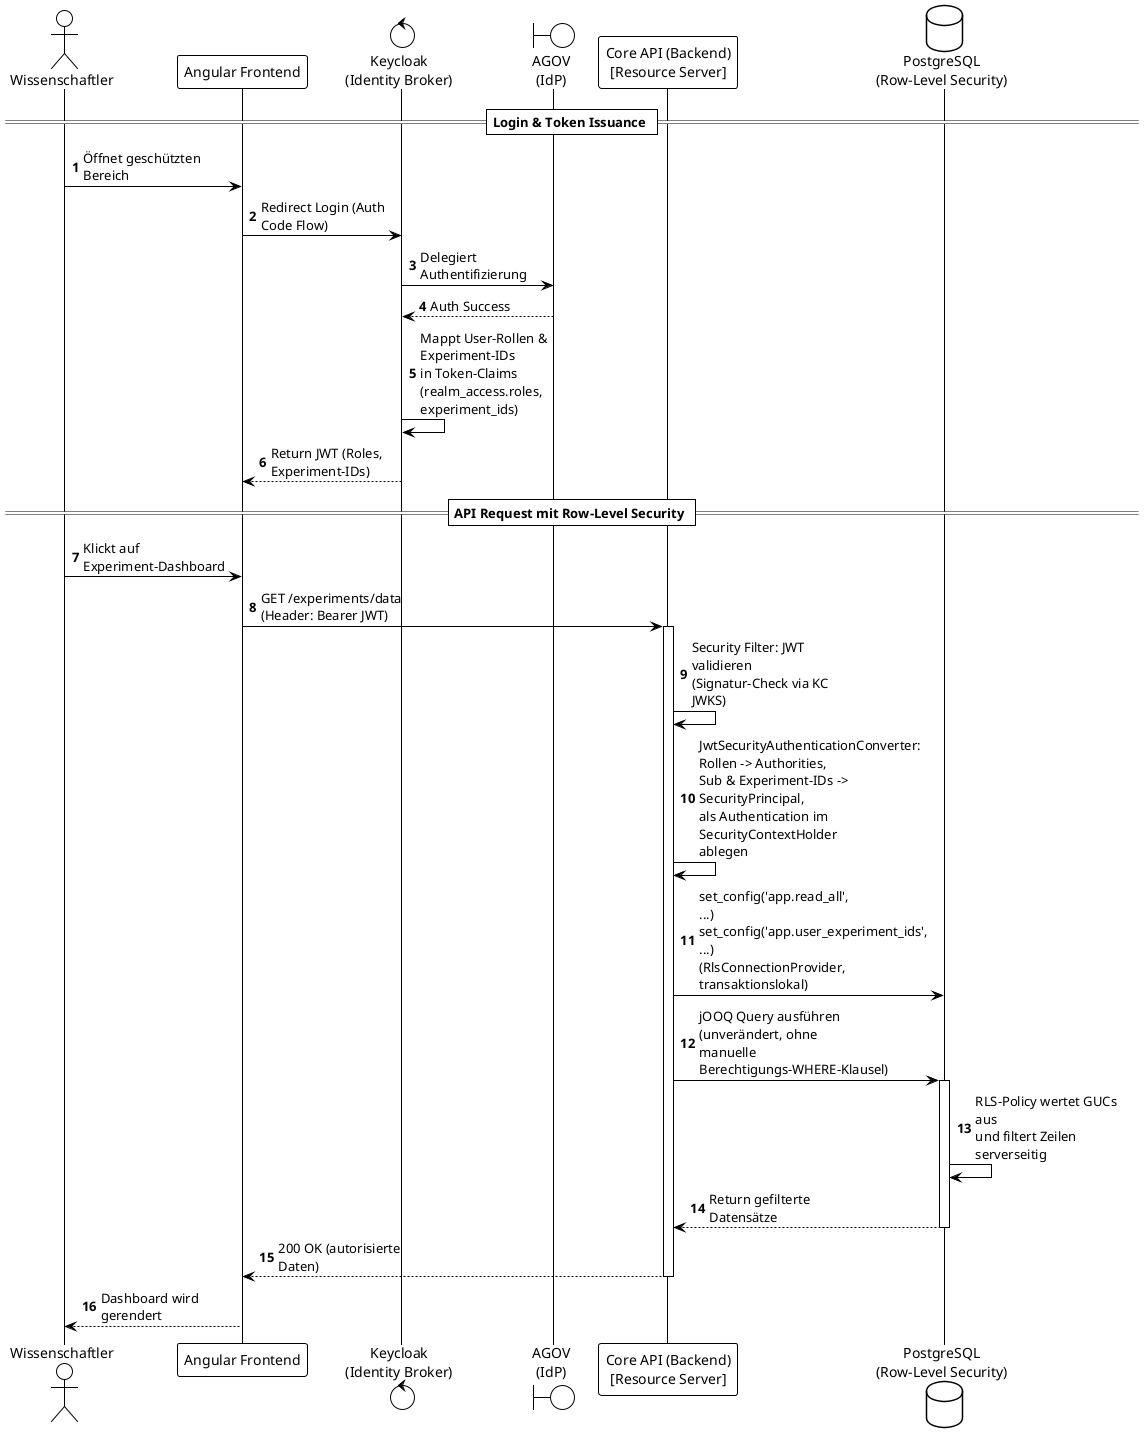
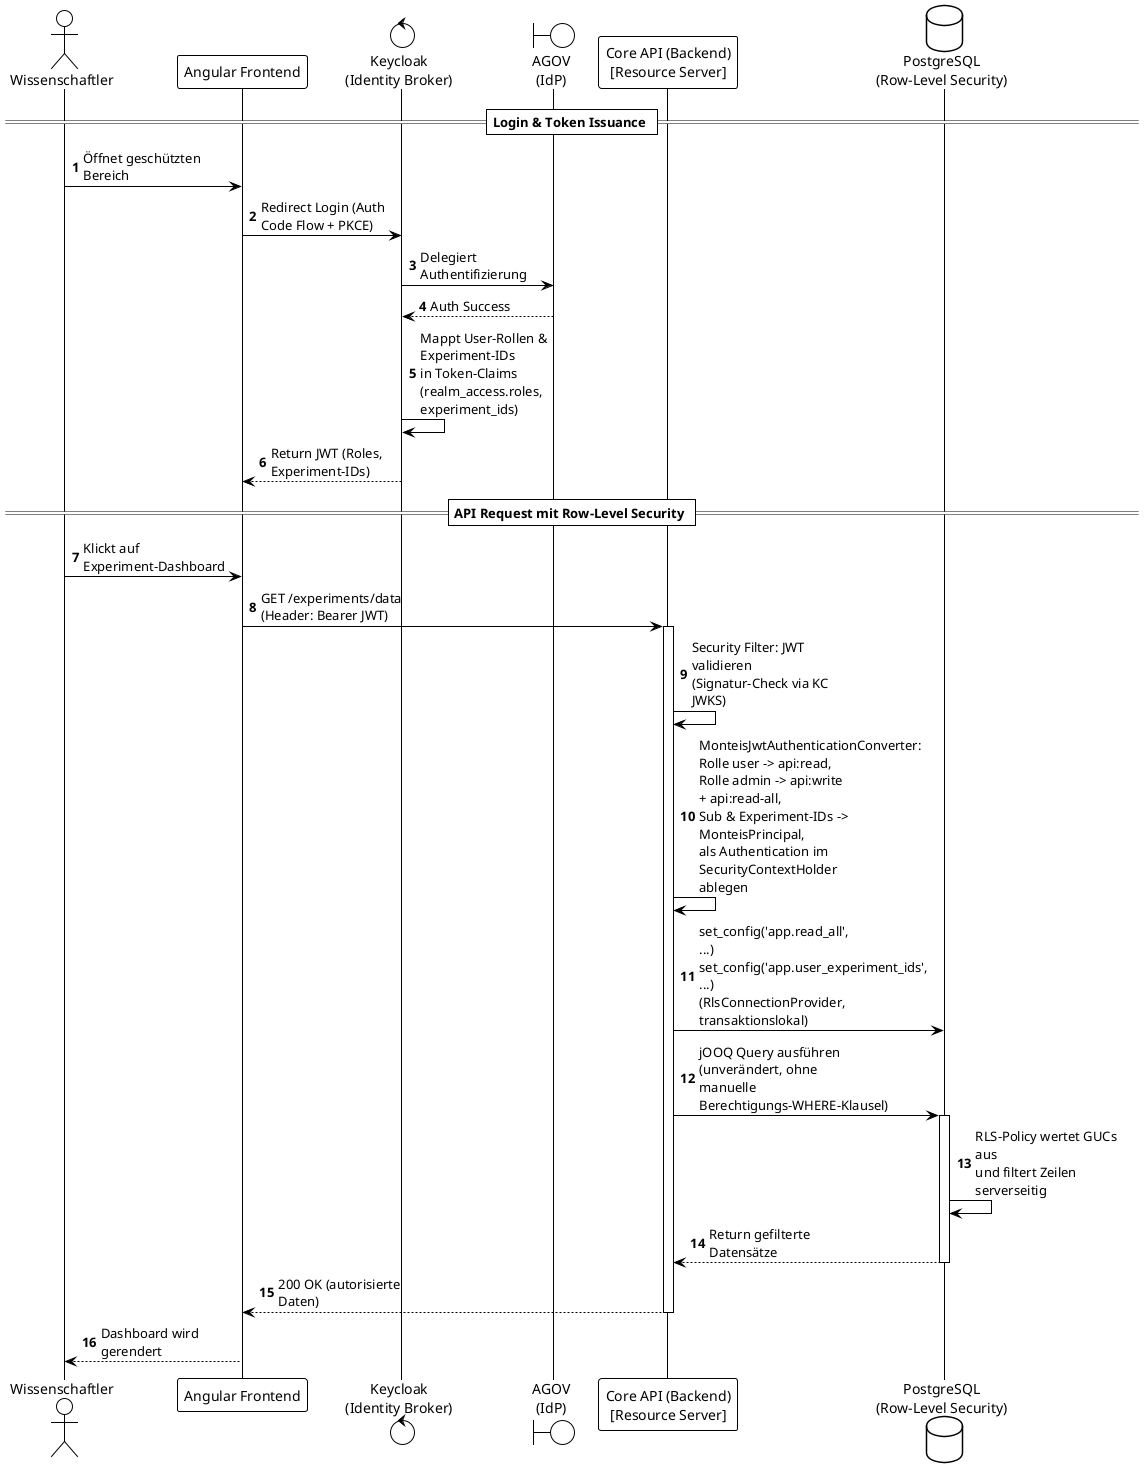
@startuml
!theme plain
autonumber
skinparam maxMessageSize 150

actor "Wissenschaftler" as User
participant "Angular Frontend" as UI
control "Keycloak\n(Identity Broker)" as KC
boundary "AGOV\n(IdP)" as AGOV
participant "Core API (Backend)\n[Resource Server]" as Backend
database "PostgreSQL\n(Row-Level Security)" as DB

== Login & Token Issuance ==
User -> UI : Öffnet geschützten Bereich
- UI -> KC : Redirect Login (Auth Code Flow)
+ UI -> KC : Redirect Login (Auth Code Flow + PKCE)
KC -> AGOV : Delegiert Authentifizierung
AGOV --> KC : Auth Success
KC -> KC : Mappt User-Rollen & Experiment-IDs\nin Token-Claims (realm_access.roles, experiment_ids)
KC --> UI : Return JWT (Roles, Experiment-IDs)

== API Request mit Row-Level Security ==
User -> UI : Klickt auf Experiment-Dashboard
UI -> Backend : GET /experiments/data\n(Header: Bearer JWT)
activate Backend

Backend -> Backend : Security Filter: JWT validieren\n(Signatur-Check via KC JWKS)
- Backend -> Backend : JwtSecurityAuthenticationConverter: Rollen -> Authorities,\nSub & Experiment-IDs -> SecurityPrincipal,\nals Authentication im SecurityContextHolder ablegen
+ Backend -> Backend : MonteisJwtAuthenticationConverter: Rolle user -> api:read,\nRolle admin -> api:write + api:read-all,\nSub & Experiment-IDs -> MonteisPrincipal,\nals Authentication im SecurityContextHolder ablegen

Backend -> DB : set_config('app.read_all', ...)\nset_config('app.user_experiment_ids', ...)\n(RlsConnectionProvider, transaktionslokal)
Backend -> DB : jOOQ Query ausführen\n(unverändert, ohne manuelle\nBerechtigungs-WHERE-Klausel)
activate DB
DB -> DB : RLS-Policy wertet GUCs aus\nund filtert Zeilen serverseitig
DB --> Backend : Return gefilterte Datensätze
deactivate DB

Backend --> UI : 200 OK (autorisierte Daten)
deactivate Backend

UI --> User : Dashboard wird gerendert

@enduml
